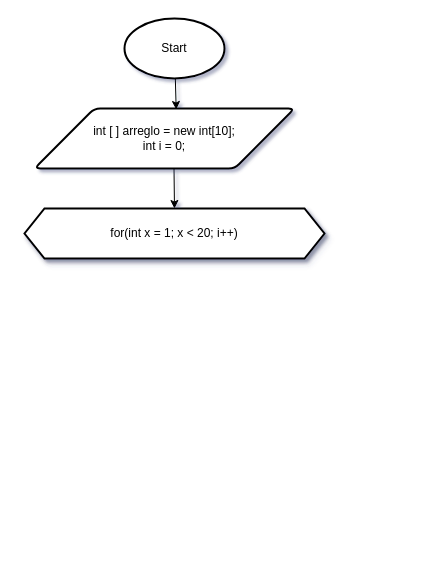
Above: ArregloNuumerosPares.drawio in AnthonyLozadaAlexander/DiagramaDeFlujos (draw.io), before the change. Source tidied: cells renumbered, new cells numbered last; positions are measured from the earlier drawing's top-left corner, leaving out a move shared by most shapes. Both pictures are drawn from the tidied source at 100%, with x=0, y=0 at pixel (24, 18).
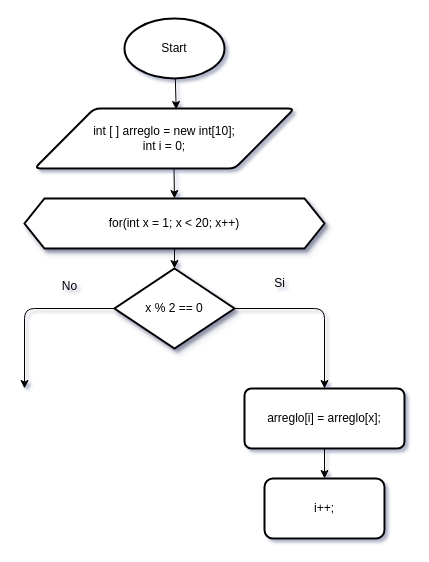
After the change.

Commit message:
Actualizar diagrama de flujo para inicializar un arreglo de números pares, corrigiendo la lógica del bucle y mejorando la visualización de elementos.

The edit, as a diff of the source:
```diff
@@
+    <mxCell id="7" style="edgeStyle=none;html=1;" parent="1" edge="1" source="5" target="10">
+      <mxGeometry relative="1" as="geometry" />
+    </mxCell>
-    <mxCell id="5" value="for(int x = 1; x &amp;lt; 20; i++)" style="shape=hexagon;perimeter=hexagonPerimeter2;whiteSpace=wrap;html=1;fixedSize=1;strokeWidth=2;textShadow=0;shadow=1;" parent="1" vertex="1">
-      <mxGeometry y="190" width="300" height="50" as="geometry" />
+    <mxCell id="5" value="for(int x = 1; x &amp;lt; 20; x++)" style="shape=hexagon;perimeter=hexagonPerimeter2;whiteSpace=wrap;html=1;fixedSize=1;strokeWidth=2;textShadow=0;shadow=1;" parent="1" vertex="1">
+      <mxGeometry y="180" width="300" height="50" as="geometry" />
     </mxCell>
@@
+    <mxCell id="8" style="edgeStyle=none;html=1;exitX=1;exitY=0.5;exitDx=0;exitDy=0;" parent="1" edge="1">
+      <mxGeometry relative="1" as="geometry">
+        <mxPoint x="170" y="290" as="sourcePoint" />
+        <mxPoint x="300" y="370" as="targetPoint" />
+        <Array as="points">
+          <mxPoint x="300" y="290" />
+        </Array>
+      </mxGeometry>
+    </mxCell>
+    <mxCell id="9" style="edgeStyle=none;html=1;exitX=0;exitY=0.5;exitDx=0;exitDy=0;" parent="1" edge="1" source="10">
+      <mxGeometry relative="1" as="geometry">
+        <mxPoint y="370" as="targetPoint" />
+        <Array as="points">
+          <mxPoint y="290" />
+        </Array>
+      </mxGeometry>
+    </mxCell>
+    <mxCell id="10" value="x % 2 == 0" style="rhombus;whiteSpace=wrap;html=1;strokeWidth=2;shadow=1;" parent="1" vertex="1">
+      <mxGeometry x="90" y="250" width="120" height="80" as="geometry" />
+    </mxCell>
+    <mxCell id="11" style="edgeStyle=none;html=1;" parent="1" edge="1" source="12" target="13">
+      <mxGeometry relative="1" as="geometry" />
+    </mxCell>
+    <mxCell id="12" value="arreglo[i] = arreglo[x];" style="rounded=1;whiteSpace=wrap;html=1;absoluteArcSize=1;arcSize=14;strokeWidth=2;" parent="1" vertex="1">
+      <mxGeometry x="220" y="370" width="160" height="60" as="geometry" />
+    </mxCell>
+    <mxCell id="13" value="i++;" style="whiteSpace=wrap;html=1;rounded=1;arcSize=14;strokeWidth=2;" parent="1" vertex="1">
+      <mxGeometry x="240" y="460" width="120" height="60" as="geometry" />
+    </mxCell>
+    <mxCell id="14" value="Si" style="text;html=1;align=center;verticalAlign=middle;strokeColor=none;fillColor=none;" parent="1" vertex="1">
+      <mxGeometry x="240" y="250" width="30" height="30" as="geometry" />
+    </mxCell>
+    <mxCell id="15" value="No&lt;div&gt;&lt;br&gt;&lt;/div&gt;" style="text;html=1;align=center;verticalAlign=middle;strokeColor=none;fillColor=none;" parent="1" vertex="1">
+      <mxGeometry x="25" y="255" width="40" height="40" as="geometry" />
+    </mxCell>
```
